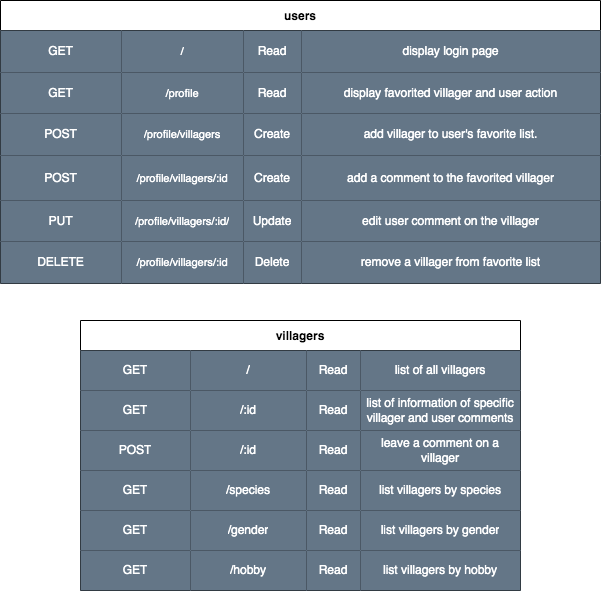
The draw.io diagram restful-route.drawio.png in PvrkFvmily/project-2, before a commit. Source tidied: cells renumbered, new cells last; positions are measured from the earlier drawing's top-left corner, leaving out a move shared by most shapes.
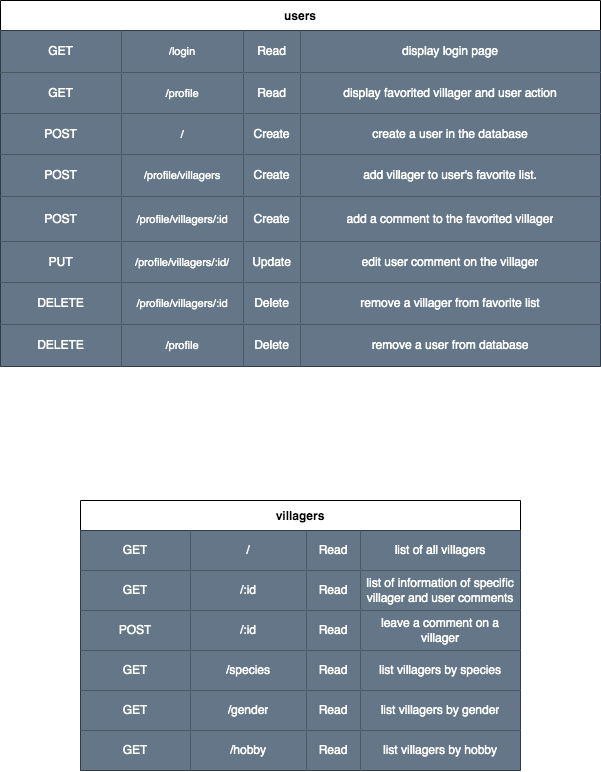
Above is the later version.

Commit message:
added more restful route and wireframe

Change to the diagram source:
```diff
@@ -3,7 +3,7 @@
     <mxCell id="0" />
     <mxCell id="1" parent="0" />
     <mxCell id="2" value="users" style="shape=table;startSize=30;fontStyle=1;align=center;" parent="1" vertex="1">
-      <mxGeometry width="600" height="283" as="geometry" />
+      <mxGeometry width="600" height="366" as="geometry" />
     </mxCell>
     <mxCell id="3" style="shape=partialRectangle;html=1;whiteSpace=wrap;fillColor=none;top=0;left=0;bottom=0;right=0;" parent="2" vertex="1">
       <mxGeometry y="30" width="600" height="42" as="geometry" />
@@ -11,14 +11,14 @@
     <mxCell id="4" value="GET" style="shape=partialRectangle;html=1;whiteSpace=wrap;fillColor=#647687;top=0;left=0;bottom=0;right=0;overflow=hidden;fontColor=#ffffff;strokeColor=#FFFFFF;" parent="3" vertex="1">
       <mxGeometry width="121" height="42" as="geometry" />
     </mxCell>
-    <mxCell id="5" value="/" style="shape=partialRectangle;html=1;whiteSpace=wrap;fillColor=#647687;top=0;left=0;bottom=0;right=0;overflow=hidden;fontSize=11;fontColor=#ffffff;strokeColor=#FFFFFF;" parent="3" vertex="1">
+    <mxCell id="5" value="/login" style="shape=partialRectangle;html=1;whiteSpace=wrap;fillColor=#647687;top=0;left=0;bottom=0;right=0;overflow=hidden;fontSize=11;fontColor=#ffffff;strokeColor=#FFFFFF;" parent="3" vertex="1">
       <mxGeometry x="121" width="122" height="42" as="geometry" />
     </mxCell>
     <mxCell id="6" value="Read" style="shape=partialRectangle;html=1;whiteSpace=wrap;fillColor=#647687;top=0;left=0;bottom=0;right=0;overflow=hidden;fontColor=#ffffff;strokeColor=#FFFFFF;" parent="3" vertex="1">
-      <mxGeometry x="243" width="58" height="42" as="geometry" />
+      <mxGeometry x="243" width="57" height="42" as="geometry" />
     </mxCell>
     <mxCell id="7" value="display login page" style="shape=partialRectangle;html=1;whiteSpace=wrap;fillColor=#647687;top=0;left=0;bottom=0;right=0;overflow=hidden;fontColor=#ffffff;strokeColor=#FFFFFF;" parent="3" vertex="1">
-      <mxGeometry x="301" width="299" height="42" as="geometry" />
+      <mxGeometry x="300" width="300" height="42" as="geometry" />
     </mxCell>
     <mxCell id="8" style="shape=partialRectangle;html=1;whiteSpace=wrap;fillColor=none;top=0;left=0;bottom=0;right=0;" parent="2" vertex="1">
       <mxGeometry y="72" width="600" height="41" as="geometry" />
@@ -30,13 +30,28 @@
       <mxGeometry x="121" width="122" height="41" as="geometry" />
     </mxCell>
     <mxCell id="11" value="Read" style="shape=partialRectangle;html=1;whiteSpace=wrap;fillColor=#647687;top=0;left=0;bottom=0;right=0;overflow=hidden;fontColor=#ffffff;strokeColor=#FFFFFF;" parent="8" vertex="1">
-      <mxGeometry x="243" width="58" height="41" as="geometry" />
+      <mxGeometry x="243" width="57" height="41" as="geometry" />
     </mxCell>
     <mxCell id="12" value="display favorited villager and user action" style="shape=partialRectangle;html=1;whiteSpace=wrap;fillColor=#647687;top=0;left=0;bottom=0;right=0;overflow=hidden;fontColor=#ffffff;strokeColor=#FFFFFF;" parent="8" vertex="1">
-      <mxGeometry x="301" width="299" height="41" as="geometry" />
+      <mxGeometry x="300" width="300" height="41" as="geometry" />
     </mxCell>
+    <mxCell id="64" style="shape=partialRectangle;html=1;whiteSpace=wrap;fillColor=none;top=0;left=0;bottom=0;right=0;" parent="2" vertex="1">
+      <mxGeometry y="113" width="600" height="41" as="geometry" />
+    </mxCell>
+    <mxCell id="65" value="POST" style="shape=partialRectangle;html=1;whiteSpace=wrap;fillColor=#647687;top=0;left=0;bottom=0;right=0;overflow=hidden;fontColor=#ffffff;strokeColor=#FFFFFF;" parent="64" vertex="1">
+      <mxGeometry width="121" height="41" as="geometry" />
+    </mxCell>
+    <mxCell id="66" value="/" style="shape=partialRectangle;html=1;whiteSpace=wrap;fillColor=#647687;top=0;left=0;bottom=0;right=0;overflow=hidden;fontSize=11;fontColor=#ffffff;strokeColor=#FFFFFF;" parent="64" vertex="1">
+      <mxGeometry x="121" width="122" height="41" as="geometry" />
+    </mxCell>
+    <mxCell id="67" value="Create" style="shape=partialRectangle;html=1;whiteSpace=wrap;fillColor=#647687;top=0;left=0;bottom=0;right=0;overflow=hidden;fontColor=#ffffff;strokeColor=#FFFFFF;" parent="64" vertex="1">
+      <mxGeometry x="243" width="57" height="41" as="geometry" />
+    </mxCell>
+    <mxCell id="68" value="create a user in the database" style="shape=partialRectangle;html=1;whiteSpace=wrap;fillColor=#647687;top=0;left=0;bottom=0;right=0;overflow=hidden;fontColor=#ffffff;strokeColor=#FFFFFF;" parent="64" vertex="1">
+      <mxGeometry x="300" width="300" height="41" as="geometry" />
+    </mxCell>
     <mxCell id="13" style="shape=partialRectangle;html=1;whiteSpace=wrap;fillColor=none;top=0;left=0;bottom=0;right=0;" parent="2" vertex="1">
-      <mxGeometry y="113" width="600" height="42" as="geometry" />
+      <mxGeometry y="154" width="600" height="42" as="geometry" />
     </mxCell>
     <mxCell id="14" value="POST" style="shape=partialRectangle;html=1;whiteSpace=wrap;fillColor=#647687;top=0;left=0;bottom=0;right=0;overflow=hidden;fontColor=#ffffff;strokeColor=#FFFFFF;" parent="13" vertex="1">
       <mxGeometry width="121" height="42" as="geometry" />
@@ -45,13 +60,13 @@
       <mxGeometry x="121" width="122" height="42" as="geometry" />
     </mxCell>
     <mxCell id="16" value="Create" style="shape=partialRectangle;html=1;whiteSpace=wrap;fillColor=#647687;top=0;left=0;bottom=0;right=0;overflow=hidden;fontColor=#ffffff;strokeColor=#FFFFFF;" parent="13" vertex="1">
-      <mxGeometry x="243" width="58" height="42" as="geometry" />
+      <mxGeometry x="243" width="57" height="42" as="geometry" />
     </mxCell>
     <mxCell id="17" value="add villager to user's favorite list." style="shape=partialRectangle;html=1;whiteSpace=wrap;fillColor=#647687;top=0;left=0;bottom=0;right=0;overflow=hidden;fontColor=#ffffff;strokeColor=#FFFFFF;" parent="13" vertex="1">
-      <mxGeometry x="301" width="299" height="42" as="geometry" />
+      <mxGeometry x="300" width="300" height="42" as="geometry" />
     </mxCell>
     <mxCell id="18" style="shape=partialRectangle;html=1;whiteSpace=wrap;fillColor=none;top=0;left=0;bottom=0;right=0;" parent="2" vertex="1">
-      <mxGeometry y="155" width="600" height="45" as="geometry" />
+      <mxGeometry y="196" width="600" height="45" as="geometry" />
     </mxCell>
     <mxCell id="19" value="POST" style="shape=partialRectangle;html=1;whiteSpace=wrap;fillColor=#647687;top=0;left=0;bottom=0;right=0;overflow=hidden;fontColor=#ffffff;strokeColor=#FFFFFF;" parent="18" vertex="1">
       <mxGeometry width="121" height="45" as="geometry" />
@@ -60,13 +75,13 @@
       <mxGeometry x="121" width="122" height="45" as="geometry" />
     </mxCell>
     <mxCell id="21" value="Create" style="shape=partialRectangle;html=1;whiteSpace=wrap;fillColor=#647687;top=0;left=0;bottom=0;right=0;overflow=hidden;fontColor=#ffffff;strokeColor=#FFFFFF;" parent="18" vertex="1">
-      <mxGeometry x="243" width="58" height="45" as="geometry" />
+      <mxGeometry x="243" width="57" height="45" as="geometry" />
     </mxCell>
     <mxCell id="22" value="add a comment to the favorited villager" style="shape=partialRectangle;html=1;whiteSpace=wrap;fillColor=#647687;top=0;left=0;bottom=0;right=0;overflow=hidden;fontColor=#ffffff;strokeColor=#FFFFFF;" parent="18" vertex="1">
-      <mxGeometry x="301" width="299" height="45" as="geometry" />
+      <mxGeometry x="300" width="300" height="45" as="geometry" />
     </mxCell>
     <mxCell id="23" style="shape=partialRectangle;html=1;whiteSpace=wrap;fillColor=none;top=0;left=0;bottom=0;right=0;" parent="2" vertex="1">
-      <mxGeometry y="200" width="600" height="41" as="geometry" />
+      <mxGeometry y="241" width="600" height="41" as="geometry" />
     </mxCell>
     <mxCell id="24" value="PUT" style="shape=partialRectangle;html=1;whiteSpace=wrap;fillColor=#647687;top=0;left=0;bottom=0;right=0;overflow=hidden;fontColor=#ffffff;strokeColor=#FFFFFF;" parent="23" vertex="1">
       <mxGeometry width="121" height="41" as="geometry" />
@@ -75,13 +90,13 @@
       <mxGeometry x="121" width="122" height="41" as="geometry" />
     </mxCell>
     <mxCell id="26" value="Update" style="shape=partialRectangle;html=1;whiteSpace=wrap;fillColor=#647687;top=0;left=0;bottom=0;right=0;overflow=hidden;fontColor=#ffffff;strokeColor=#FFFFFF;" parent="23" vertex="1">
-      <mxGeometry x="243" width="58" height="41" as="geometry" />
+      <mxGeometry x="243" width="57" height="41" as="geometry" />
     </mxCell>
     <mxCell id="27" value="edit user comment on the villager" style="shape=partialRectangle;html=1;whiteSpace=wrap;fillColor=#647687;top=0;left=0;bottom=0;right=0;overflow=hidden;fontColor=#ffffff;strokeColor=#FFFFFF;" parent="23" vertex="1">
-      <mxGeometry x="301" width="299" height="41" as="geometry" />
+      <mxGeometry x="300" width="300" height="41" as="geometry" />
     </mxCell>
     <mxCell id="28" style="shape=partialRectangle;html=1;whiteSpace=wrap;fillColor=none;top=0;left=0;bottom=0;right=0;" parent="2" vertex="1">
-      <mxGeometry y="241" width="600" height="42" as="geometry" />
+      <mxGeometry y="282" width="600" height="42" as="geometry" />
     </mxCell>
     <mxCell id="29" value="DELETE" style="shape=partialRectangle;html=1;whiteSpace=wrap;fillColor=#647687;top=0;left=0;bottom=0;right=0;overflow=hidden;fontColor=#ffffff;strokeColor=#FFFFFF;" parent="28" vertex="1">
       <mxGeometry width="121" height="42" as="geometry" />
@@ -90,13 +105,28 @@
       <mxGeometry x="121" width="122" height="42" as="geometry" />
     </mxCell>
     <mxCell id="31" value="Delete" style="shape=partialRectangle;html=1;whiteSpace=wrap;fillColor=#647687;top=0;left=0;bottom=0;right=0;overflow=hidden;fontColor=#ffffff;strokeColor=#FFFFFF;" parent="28" vertex="1">
-      <mxGeometry x="243" width="58" height="42" as="geometry" />
+      <mxGeometry x="243" width="57" height="42" as="geometry" />
     </mxCell>
     <mxCell id="32" value="remove a villager from favorite list" style="shape=partialRectangle;html=1;whiteSpace=wrap;fillColor=#647687;top=0;left=0;bottom=0;right=0;overflow=hidden;fontColor=#ffffff;strokeColor=#FFFFFF;" parent="28" vertex="1">
-      <mxGeometry x="301" width="299" height="42" as="geometry" />
+      <mxGeometry x="300" width="300" height="42" as="geometry" />
     </mxCell>
+    <mxCell id="69" style="shape=partialRectangle;html=1;whiteSpace=wrap;fillColor=none;top=0;left=0;bottom=0;right=0;" parent="2" vertex="1">
+      <mxGeometry y="324" width="600" height="42" as="geometry" />
+    </mxCell>
+    <mxCell id="70" value="DELETE" style="shape=partialRectangle;html=1;whiteSpace=wrap;fillColor=#647687;top=0;left=0;bottom=0;right=0;overflow=hidden;fontColor=#ffffff;strokeColor=#FFFFFF;" parent="69" vertex="1">
+      <mxGeometry width="121" height="42" as="geometry" />
+    </mxCell>
+    <mxCell id="71" value="/profile" style="shape=partialRectangle;html=1;whiteSpace=wrap;fillColor=#647687;top=0;left=0;bottom=0;right=0;overflow=hidden;fontSize=11;fontColor=#ffffff;strokeColor=#FFFFFF;" parent="69" vertex="1">
+      <mxGeometry x="121" width="122" height="42" as="geometry" />
+    </mxCell>
+    <mxCell id="72" value="Delete" style="shape=partialRectangle;html=1;whiteSpace=wrap;fillColor=#647687;top=0;left=0;bottom=0;right=0;overflow=hidden;fontColor=#ffffff;strokeColor=#FFFFFF;" parent="69" vertex="1">
+      <mxGeometry x="243" width="57" height="42" as="geometry" />
+    </mxCell>
+    <mxCell id="73" value="remove a user from database" style="shape=partialRectangle;html=1;whiteSpace=wrap;fillColor=#647687;top=0;left=0;bottom=0;right=0;overflow=hidden;fontColor=#ffffff;strokeColor=#FFFFFF;" parent="69" vertex="1">
+      <mxGeometry x="300" width="300" height="42" as="geometry" />
+    </mxCell>
     <mxCell id="33" value="villagers" style="shape=table;startSize=30;fontStyle=1;align=center;" parent="1" vertex="1">
-      <mxGeometry x="80" y="320" width="440" height="270" as="geometry" />
+      <mxGeometry x="80" y="500" width="440" height="270" as="geometry" />
     </mxCell>
     <mxCell id="34" style="shape=partialRectangle;html=1;whiteSpace=wrap;fillColor=none;top=0;left=0;bottom=0;right=0;" parent="33" vertex="1">
       <mxGeometry y="30" width="440" height="40" as="geometry" />
```
